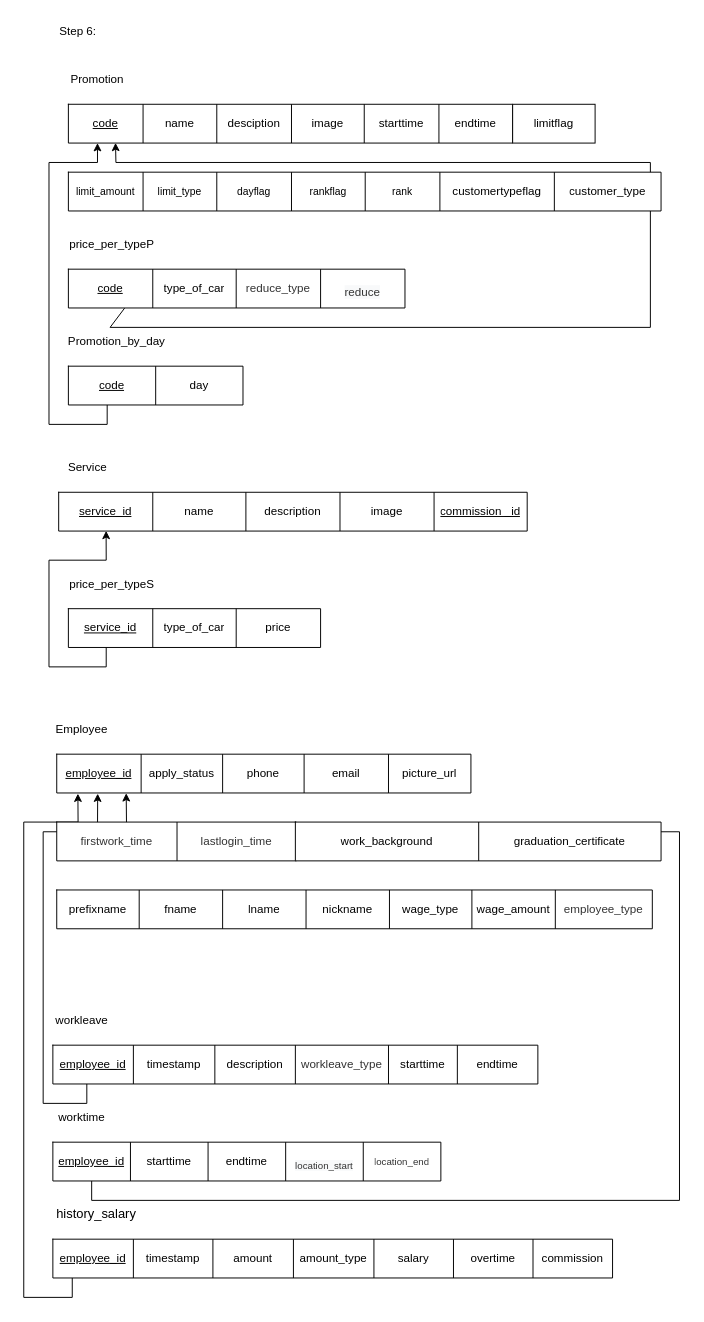
This is page "Step_P4" (5 of 7) of carcare.drawio from jarawin/carcare, a draw.io file, before an edit. Source tidied: cells renumbered, new cells numbered last; positions are measured from the earlier drawing's top-left corner, leaving out a move shared by most shapes. Both pictures are drawn from the tidied source at 97%, with x=0, y=0 at pixel (23, 16).
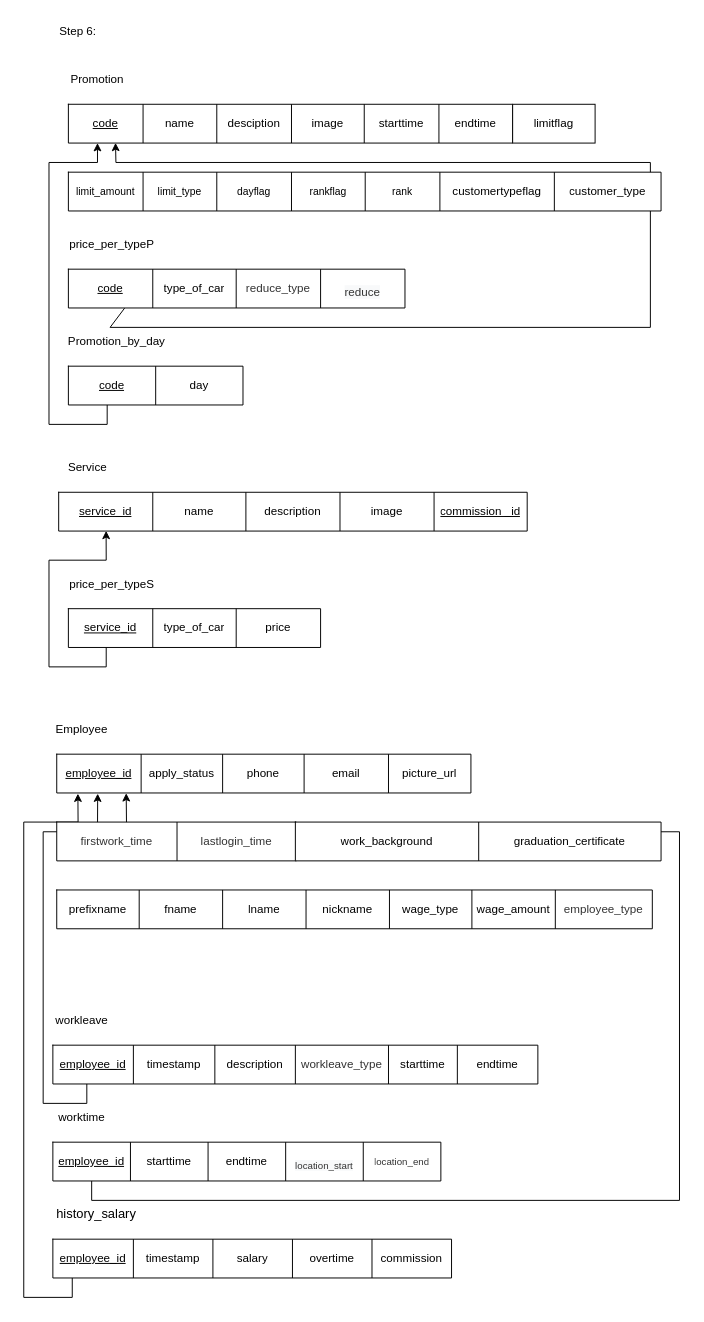
The same page after the edit.

Change to the diagram source:
```diff
@@
     <mxCell id="45" style="shape=table;startSize=0;childLayout=tableLayout;strokeColor=default;fontFamily=Helvetica;fontSize=12;fontColor=default;fillColor=default;html=1;" parent="1" vertex="1">
-      <mxGeometry x="30" y="1260" width="577" height="40" as="geometry" />
+      <mxGeometry x="30" y="1260" width="411" height="40" as="geometry" />
     </mxCell>
     <mxCell id="46" style="shape=tableRow;horizontal=0;startSize=0;swimlaneHead=0;swimlaneBody=0;top=0;left=0;bottom=0;right=0;fillColor=none;strokeColor=default;fontFamily=Helvetica;fontSize=12;fontColor=default;html=1;" parent="45" vertex="1">
-      <mxGeometry width="577" height="40" as="geometry" />
+      <mxGeometry width="411" height="40" as="geometry" />
     </mxCell>
@@
-    <mxCell id="49" value="&lt;span style=&quot;font-size: 9pt; line-height: 106%; font-family: Helvetica, sans-serif; background-image: initial; background-position: initial; background-size: initial; background-repeat: initial; background-attachment: initial; background-origin: initial; background-clip: initial;&quot;&gt;amount&lt;/span&gt;" style="shape=partialRectangle;html=1;whiteSpace=wrap;overflow=hidden;fillColor=none;top=0;left=0;bottom=0;right=0;strokeColor=default;fontFamily=Helvetica;fontSize=12;fontColor=default;startSize=0;" parent="46" vertex="1">
-      <mxGeometry x="165" width="83" height="40" as="geometry" />
-    </mxCell>
-    <mxCell id="50" value="amount_type" style="shape=partialRectangle;html=1;whiteSpace=wrap;overflow=hidden;fillColor=none;top=0;left=0;bottom=0;right=0;strokeColor=default;fontFamily=Helvetica;fontSize=12;fontColor=default;startSize=0;" parent="46" vertex="1">
-      <mxGeometry x="248" width="83" height="40" as="geometry" />
-    </mxCell>
     <mxCell id="51" value="&lt;span style=&quot;font-size: 9pt; line-height: 106%; font-family: Helvetica, sans-serif; background-image: initial; background-position: initial; background-size: initial; background-repeat: initial; background-attachment: initial; background-origin: initial; background-clip: initial;&quot;&gt;salary&lt;/span&gt;" style="shape=partialRectangle;html=1;whiteSpace=wrap;overflow=hidden;fillColor=none;top=0;left=0;bottom=0;right=0;strokeColor=default;fontFamily=Helvetica;fontSize=12;fontColor=default;startSize=0;" parent="46" vertex="1">
-      <mxGeometry x="331" width="82" height="40" as="geometry" />
+      <mxGeometry x="165" width="82" height="40" as="geometry" />
     </mxCell>
     <mxCell id="52" value="overtime" style="shape=partialRectangle;html=1;whiteSpace=wrap;overflow=hidden;fillColor=none;top=0;left=0;bottom=0;right=0;strokeColor=default;fontFamily=Helvetica;fontSize=12;fontColor=default;startSize=0;" parent="46" vertex="1">
-      <mxGeometry x="413" width="82" height="40" as="geometry" />
+      <mxGeometry x="247" width="82" height="40" as="geometry" />
     </mxCell>
     <mxCell id="53" value="commission" style="shape=partialRectangle;html=1;whiteSpace=wrap;overflow=hidden;fillColor=none;top=0;left=0;bottom=0;right=0;strokeColor=default;fontFamily=Helvetica;fontSize=12;fontColor=default;startSize=0;" parent="46" vertex="1">
-      <mxGeometry x="495" width="82" height="40" as="geometry" />
+      <mxGeometry x="329" width="82" height="40" as="geometry" />
     </mxCell>
```
